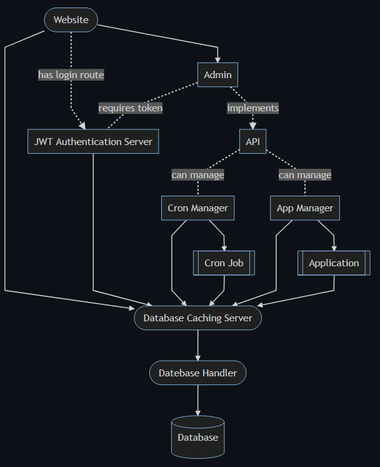
Above: diagrams/domain.png in olivernybo/leviathan (Mermaid), before the change. Its source is kept beside it as diagrams/domain.mmd.
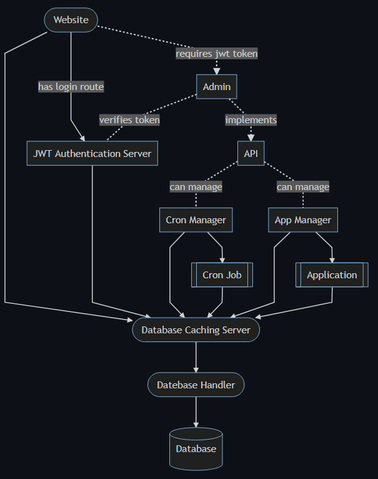
The same diagram one commit later.

Commit message:
fixed jwt arrows

The edit, as a diff of the source:
```diff
@@ -12,9 +12,9 @@
 	app[[Application]]
 
 	web-->dbcache
-	web-->admin
-	web-.->|has login route|jwt
-	admin-.-|requires token|jwt
+	web-.->|requires jwt token|admin
+	web-->|has login route|jwt
+	admin-.-|verifies token|jwt
 	admin-.->|implements|api
 	jwt-->dbcache
 	api-.-|can manage|cronmanager
```
